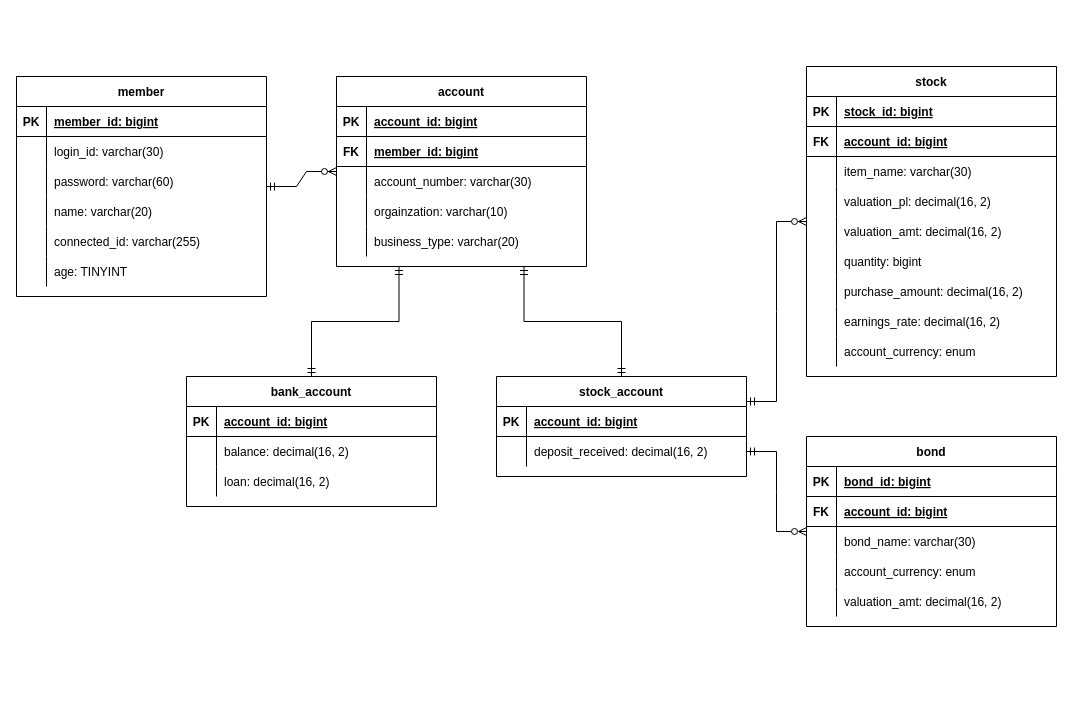
Earlier version of the draw.io diagram ER다이어그램(자산관리앱).drawio (GunwooJo/AssetManagement). Source tidied: cells renumbered, new cells numbered last; positions are measured from the earlier drawing's top-left corner, leaving out a move shared by most shapes. Both pictures are drawn from the tidied source at 100%, with x=0, y=0 at pixel (16, 66).
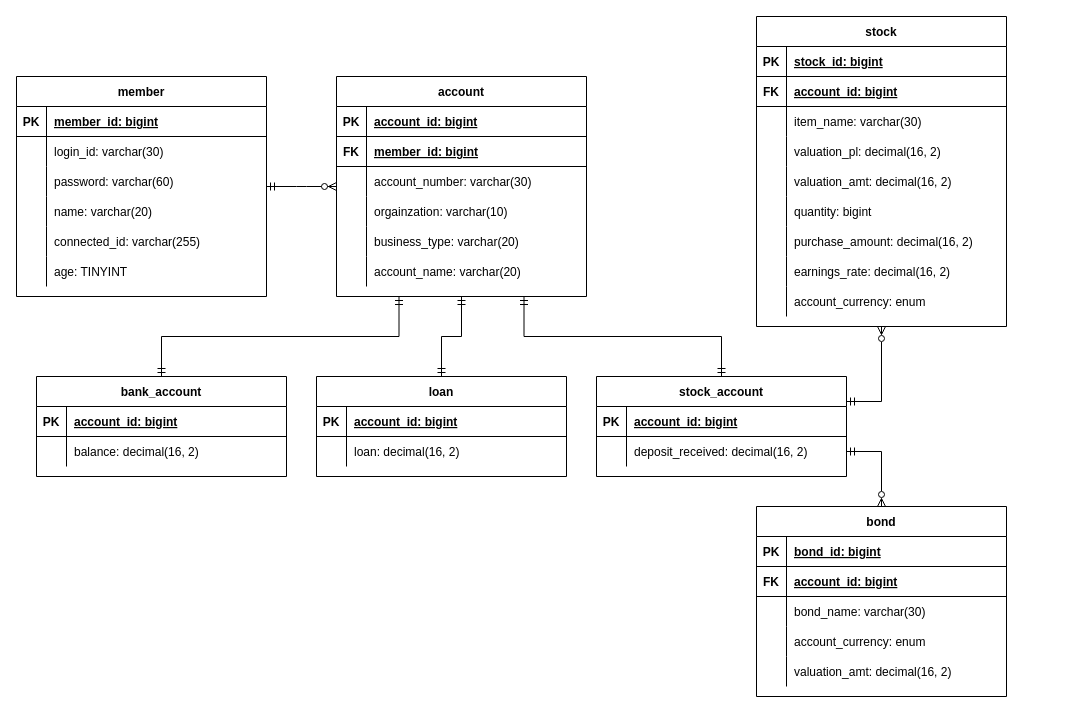
The same page after the edit.

Commit message:
account, bank_account, loan, bond 테이블 수정

Unchanged cells that the change refers to:
```xml
<mxCell id="53" style="shape=partialRectangle;fillColor=none;points=[[0,0.5],[1,0.5]];portConstraint=eastwest;top=0;left=0;right=0;bottom=0;" parent="49" vertex="1">
  <mxGeometry y="60" width="250" height="30" as="geometry" />
</mxCell>
```

Diff of the diagram source:
```diff
@@
     <mxCell id="21" value="account" style="shape=table;startSize=30;childLayout=tableLayout;rowLines=0;fontStyle=1;align=center;" parent="1" vertex="1">
-      <mxGeometry x="320" y="10" width="250" height="190" as="geometry" />
+      <mxGeometry x="320" y="10" width="250" height="220" as="geometry" />
     </mxCell>
@@
+    <mxCell id="103" style="shape=partialRectangle;fillColor=none;top=0;left=0;right=0;bottom=0;" parent="21" vertex="1">
+      <mxGeometry y="180" width="250" height="30" as="geometry" />
+    </mxCell>
+    <mxCell id="104" style="shape=partialRectangle;overflow=hidden;fillColor=none;top=0;left=0;bottom=0;right=0;" parent="103" vertex="1">
+      <mxGeometry width="30" height="30" as="geometry" />
+    </mxCell>
+    <mxCell id="105" value="account_name: varchar(20)" style="shape=partialRectangle;overflow=hidden;fillColor=none;top=0;left=0;bottom=0;right=0;align=left;spacingLeft=6;" parent="103" vertex="1">
+      <mxGeometry x="30" width="220" height="30" as="geometry" />
+    </mxCell>
@@
     <mxCell id="38" value="bank_account" style="shape=table;startSize=30;childLayout=tableLayout;rowLines=0;fontStyle=1;align=center;" parent="1" vertex="1">
-      <mxGeometry x="170" y="310" width="250" height="130" as="geometry" />
+      <mxGeometry x="20" y="310" width="250" height="100" as="geometry" />
     </mxCell>
@@
-    <mxCell id="45" style="shape=partialRectangle;fillColor=none;top=0;left=0;right=0;bottom=0;" parent="38" vertex="1">
-      <mxGeometry y="90" width="250" height="30" as="geometry" />
-    </mxCell>
-    <mxCell id="46" style="shape=partialRectangle;overflow=hidden;fillColor=none;top=0;left=0;bottom=0;right=0;" parent="45" vertex="1">
-      <mxGeometry width="30" height="30" as="geometry" />
-    </mxCell>
-    <mxCell id="47" value="loan: decimal(16, 2)" style="shape=partialRectangle;overflow=hidden;fillColor=none;top=0;left=0;bottom=0;right=0;align=left;spacingLeft=6;" parent="45" vertex="1">
-      <mxGeometry x="30" width="220" height="30" as="geometry" />
-    </mxCell>
@@
     <mxCell id="49" value="stock_account" style="shape=table;startSize=30;childLayout=tableLayout;rowLines=0;fontStyle=1;align=center;" parent="1" vertex="1">
-      <mxGeometry x="480" y="310" width="250" height="100" as="geometry" />
+      <mxGeometry x="580" y="310" width="250" height="100" as="geometry" />
     </mxCell>
@@
     <mxCell id="57" value="stock" style="shape=table;startSize=30;childLayout=tableLayout;rowLines=0;fontStyle=1;align=center;" parent="1" vertex="1">
-      <mxGeometry x="790" width="250" height="310" as="geometry" />
+      <mxGeometry x="740" y="-50" width="250" height="310" as="geometry" />
     </mxCell>
@@
     <mxCell id="85" value="bond" style="shape=table;startSize=30;childLayout=tableLayout;rowLines=0;fontStyle=1;align=center;" parent="1" vertex="1">
-      <mxGeometry x="790" y="370" width="250" height="190" as="geometry" />
+      <mxGeometry x="740" y="440" width="250" height="190" as="geometry" />
     </mxCell>
@@
-    <mxCell id="101" style="fontSize=12;html=1;endArrow=ERzeroToMany;startArrow=ERmandOne;rounded=0;edgeStyle=entityRelationEdgeStyle;endFill=0;exitX=1;exitY=0.25;exitDx=0;exitDy=0;" parent="1" edge="1" source="49" target="57">
-      <mxGeometry relative="1" as="geometry">
-        <Array as="points">
-          <mxPoint x="260" y="335" />
-        </Array>
-      </mxGeometry>
+    <mxCell id="101" style="fontSize=12;html=1;endArrow=ERzeroToMany;startArrow=ERmandOne;rounded=0;edgeStyle=orthogonalEdgeStyle;endFill=0;exitX=1;exitY=0.25;exitDx=0;exitDy=0;entryX=0.5;entryY=1;entryDx=0;entryDy=0;" parent="1" edge="1" source="49" target="57">
+      <mxGeometry relative="1" as="geometry" />
     </mxCell>
-    <mxCell id="102" style="fontSize=12;html=1;endArrow=ERzeroToMany;startArrow=ERmandOne;rounded=0;edgeStyle=entityRelationEdgeStyle;endFill=0;exitX=1;exitY=0.5;exitDx=0;exitDy=0;" parent="1" edge="1" source="53" target="85">
+    <mxCell id="102" style="fontSize=12;html=1;endArrow=ERzeroToMany;startArrow=ERmandOne;rounded=0;edgeStyle=orthogonalEdgeStyle;endFill=0;exitX=1;exitY=0.5;exitDx=0;exitDy=0;entryX=0.5;entryY=0;entryDx=0;entryDy=0;" parent="1" edge="1" source="53" target="85">
       <mxGeometry relative="1" as="geometry" />
     </mxCell>
+    <mxCell id="106" value="loan" style="shape=table;startSize=30;childLayout=tableLayout;rowLines=0;fontStyle=1;align=center;" parent="1" vertex="1">
+      <mxGeometry x="300" y="310" width="250" height="100" as="geometry" />
+    </mxCell>
+    <mxCell id="107" style="shape=partialRectangle;fillColor=none;top=0;left=0;right=0;bottom=1;" parent="106" vertex="1">
+      <mxGeometry y="30" width="250" height="30" as="geometry" />
+    </mxCell>
+    <mxCell id="108" value="PK" style="shape=partialRectangle;overflow=hidden;fillColor=none;top=0;left=0;bottom=0;right=0;fontStyle=1;" parent="107" vertex="1">
+      <mxGeometry width="30" height="30" as="geometry" />
+    </mxCell>
+    <mxCell id="109" value="account_id: bigint" style="shape=partialRectangle;overflow=hidden;fillColor=none;top=0;left=0;bottom=0;right=0;align=left;spacingLeft=6;fontStyle=5;" parent="107" vertex="1">
+      <mxGeometry x="30" width="220" height="30" as="geometry" />
+    </mxCell>
+    <mxCell id="110" style="shape=partialRectangle;fillColor=none;top=0;left=0;right=0;bottom=0;" parent="106" vertex="1">
+      <mxGeometry y="60" width="250" height="30" as="geometry" />
+    </mxCell>
+    <mxCell id="111" style="shape=partialRectangle;overflow=hidden;fillColor=none;top=0;left=0;bottom=0;right=0;" parent="110" vertex="1">
+      <mxGeometry width="30" height="30" as="geometry" />
+    </mxCell>
+    <mxCell id="47" value="loan: decimal(16, 2)" style="shape=partialRectangle;overflow=hidden;fillColor=none;top=0;left=0;bottom=0;right=0;align=left;spacingLeft=6;" parent="110" vertex="1">
+      <mxGeometry x="30" width="220" height="30" as="geometry" />
+    </mxCell>
+    <mxCell id="112" style="edgeStyle=orthogonalEdgeStyle;fontSize=12;html=1;endArrow=ERmandOne;startArrow=ERmandOne;rounded=0;exitX=0.5;exitY=1;exitDx=0;exitDy=0;endFill=0;" parent="1" edge="1" source="21" target="106">
+      <mxGeometry relative="1" as="geometry" />
+    </mxCell>
```
